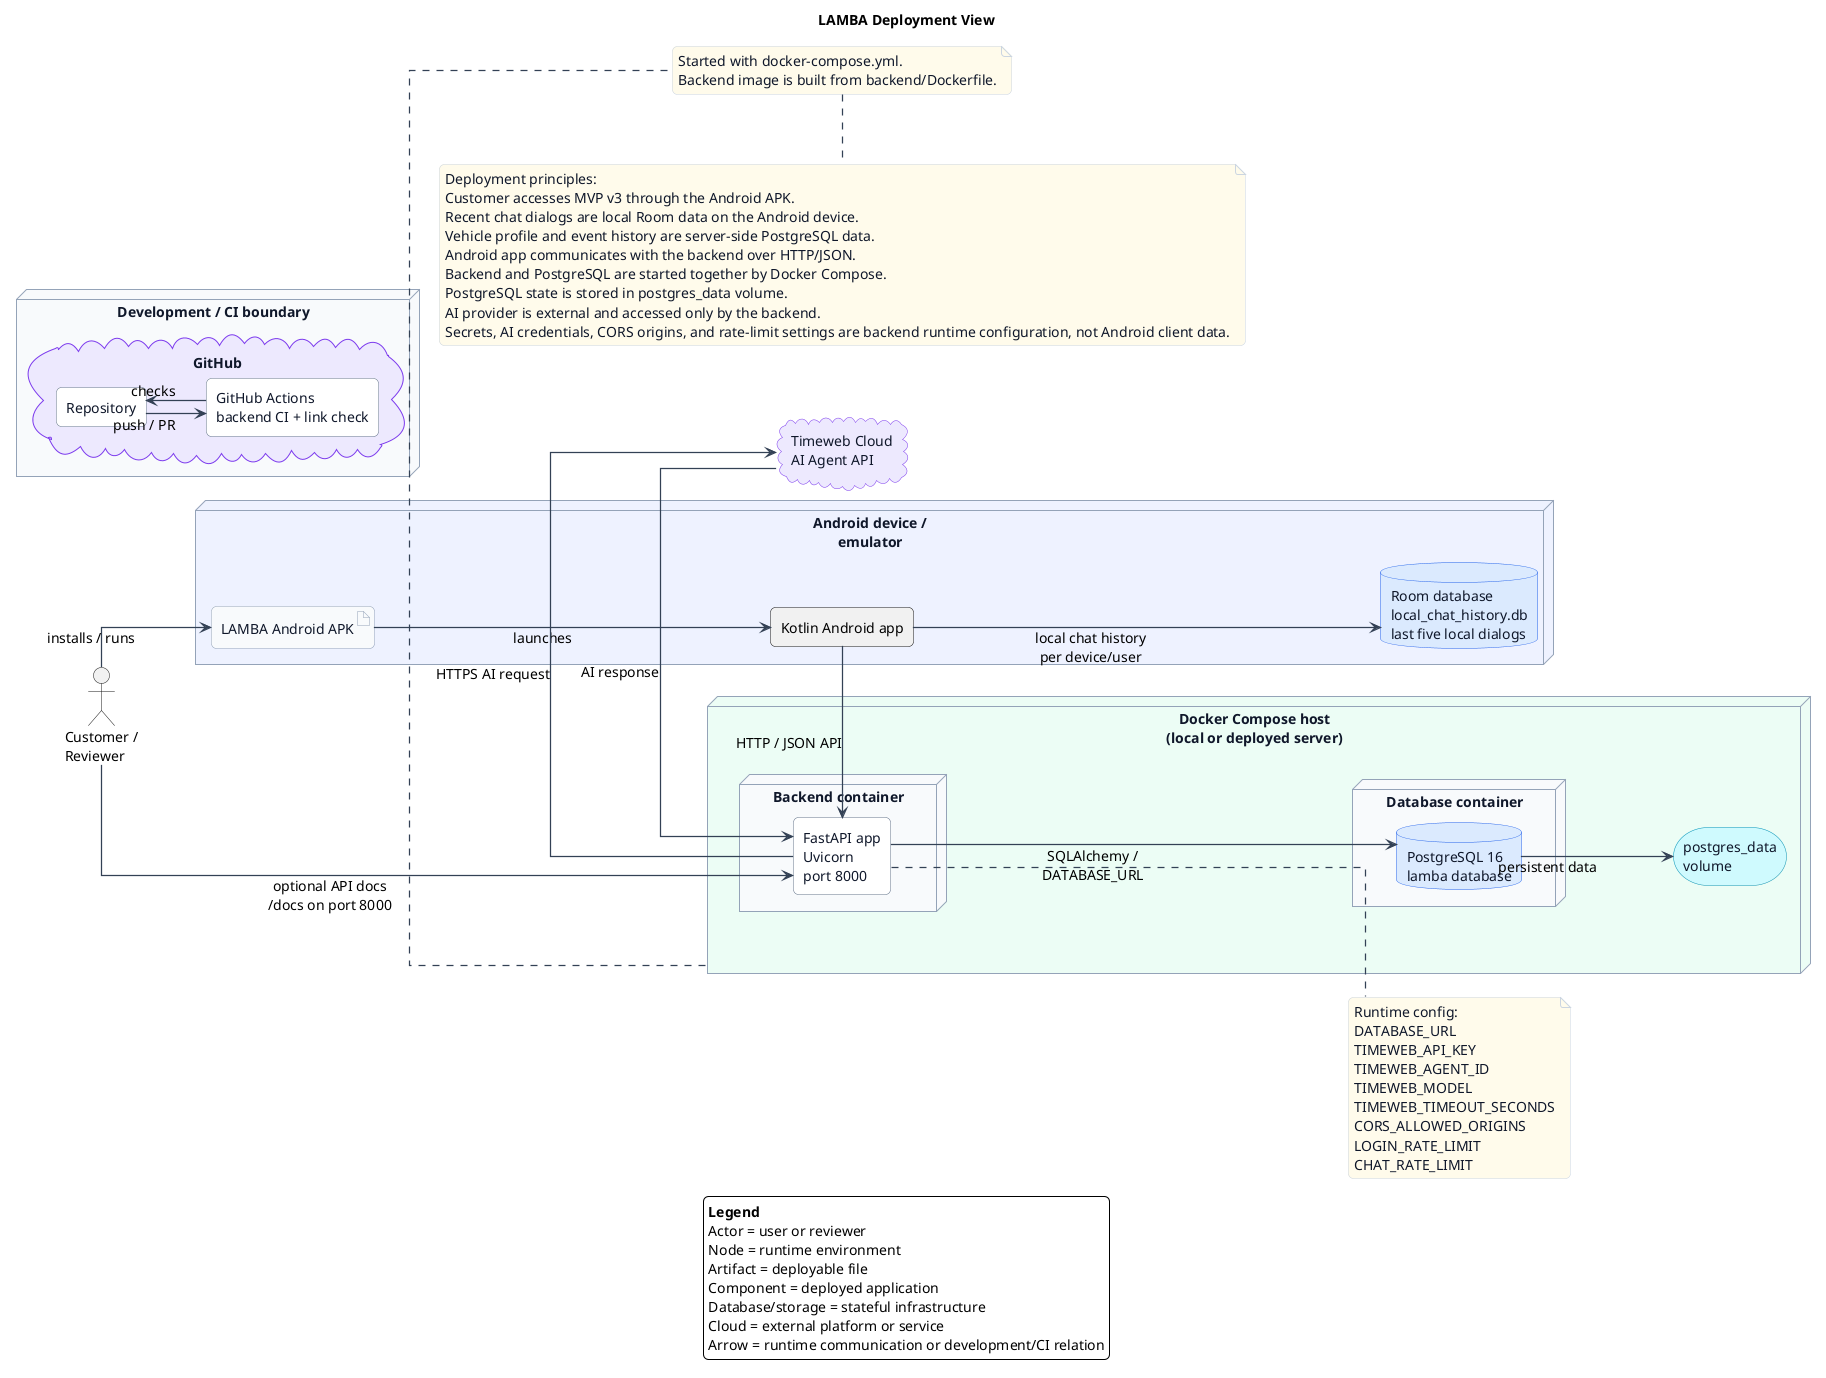
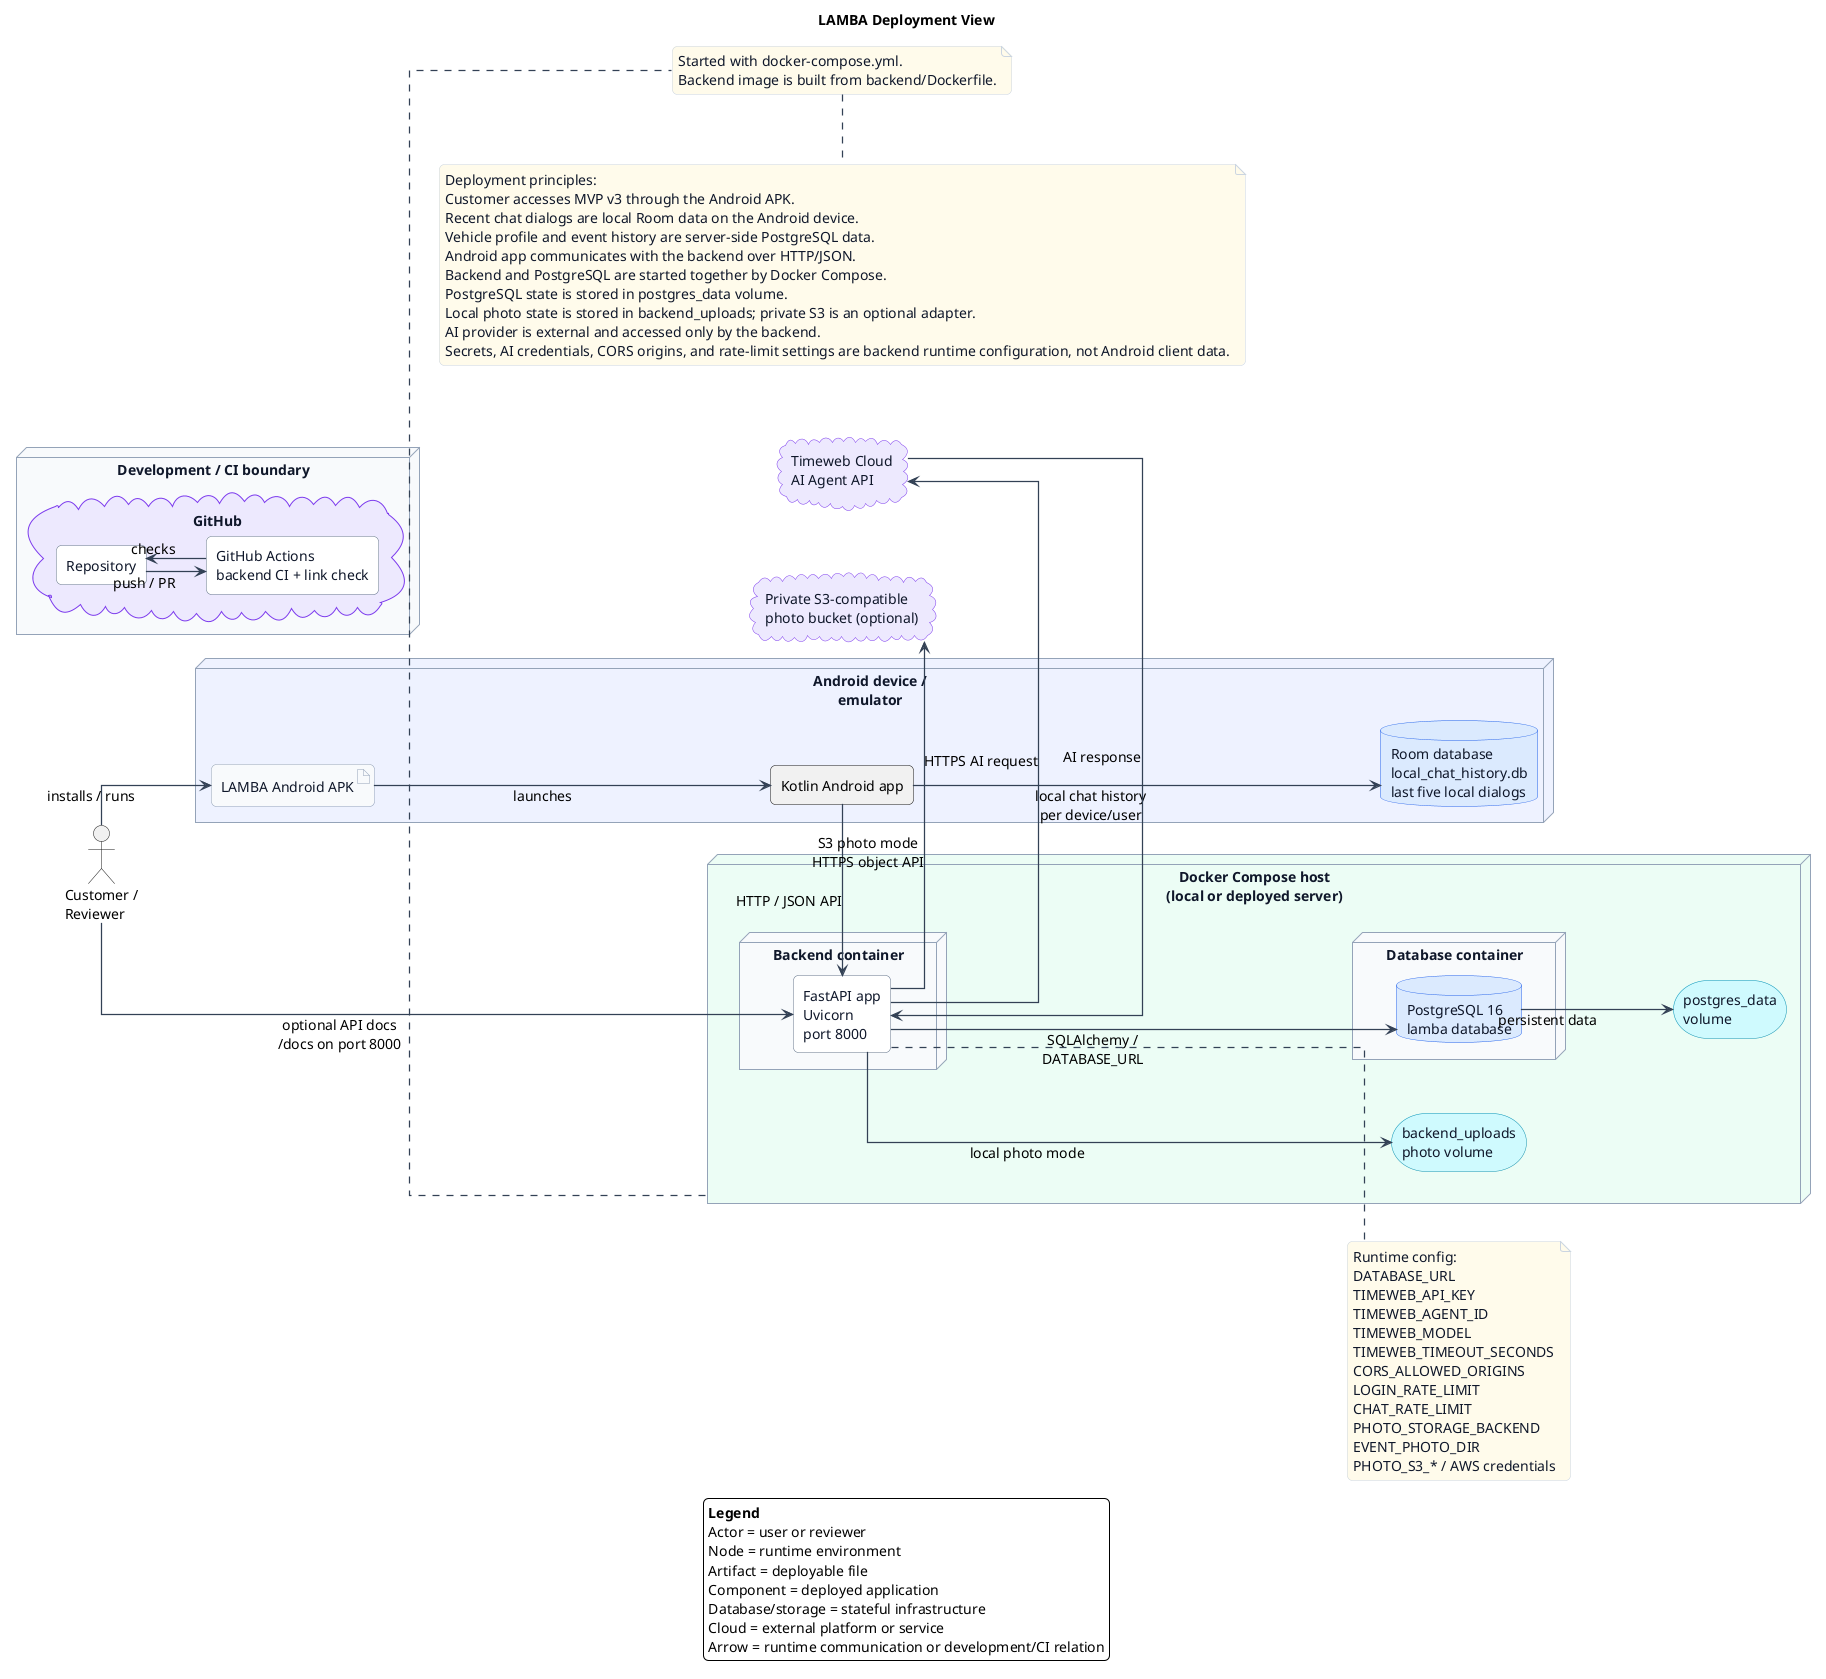
@startuml
title LAMBA Deployment View

left to right direction

skinparam shadowing false
skinparam backgroundColor #FFFFFF
skinparam defaultFontName Arial
skinparam defaultFontSize 14
skinparam componentStyle rectangle
skinparam linetype ortho
skinparam nodesep 70
skinparam ranksep 60
skinparam ArrowColor #334155
skinparam ArrowThickness 1.25
skinparam roundcorner 10

skinparam node {
  BorderColor #94A3B8
  BackgroundColor #F8FAFC
  FontColor #0F172A
}
skinparam database {
  BorderColor #2563EB
  BackgroundColor #DBEAFE
  FontColor #0F172A
}
skinparam cloud {
  BorderColor #7C3AED
  BackgroundColor #EDE9FE
  FontColor #0F172A
}
skinparam artifact {
  BorderColor #94A3B8
  BackgroundColor #F8FAFC
  FontColor #0F172A
}
skinparam component {
  BorderColor #64748B
  BackgroundColor #FFFFFF
  FontColor #0F172A
}
skinparam storage {
  BorderColor #0891B2
  BackgroundColor #CFFAFE
  FontColor #0F172A
}
skinparam note {
  BorderColor #CBD5E1
  BackgroundColor #FFFBEB
  FontColor #0F172A
}

actor "Customer /\nReviewer" as Reviewer

node "Android device /\nemulator" as AndroidNode #EEF2FF {
  artifact "LAMBA Android APK" as APK
  rectangle "Kotlin Android app" as AndroidApp
  database "Room database\nlocal_chat_history.db\nlast five local dialogs" as RoomDb
}

node "Docker Compose host\n(local or deployed server)" as Host #ECFDF5 {
  node "Backend container" as BackendContainer {
    component "FastAPI app\nUvicorn\nport 8000" as Backend
  }

  node "Database container" as DatabaseContainer {
    database "PostgreSQL 16\nlamba database" as Db
  }

  storage "postgres_data\nvolume" as Volume
+   storage "backend_uploads\nphoto volume" as PhotoVolume
}

cloud "Timeweb Cloud\nAI Agent API" as Ai
+ cloud "Private S3-compatible\nphoto bucket (optional)" as PhotoBucket

node "Development / CI boundary" as DevCi #F8FAFC {
  cloud "GitHub" as GitHub {
    component "Repository" as Repo
    component "GitHub Actions\nbackend CI + link check" as Ci
  }
}

Reviewer -down-> APK : installs / runs
APK -down-> AndroidApp : launches
AndroidApp -down-> RoomDb : local chat history\nper device/user
AndroidApp -right-> Backend : HTTP / JSON API
Reviewer -right-> Backend : optional API docs\n/docs on port 8000

Backend -down-> Db : SQLAlchemy /\nDATABASE_URL
Db -down-> Volume : persistent data
+ Backend -down-> PhotoVolume : local photo mode
+ Backend -right-> PhotoBucket : S3 photo mode\nHTTPS object API
Backend -right-> Ai : HTTPS AI request
Ai -left-> Backend : AI response

Repo -down-> Ci : push / PR
Ci -up-> Repo : checks

note right of Backend
Runtime config:
DATABASE_URL
TIMEWEB_API_KEY
TIMEWEB_AGENT_ID
TIMEWEB_MODEL
TIMEWEB_TIMEOUT_SECONDS
CORS_ALLOWED_ORIGINS
LOGIN_RATE_LIMIT
CHAT_RATE_LIMIT
+ PHOTO_STORAGE_BACKEND
+ EVENT_PHOTO_DIR
+ PHOTO_S3_* / AWS credentials
end note

note bottom of Host
Started with docker-compose.yml.
Backend image is built from backend/Dockerfile.
end note

legend bottom
  <b>Legend</b>
  Actor = user or reviewer
  Node = runtime environment
  Artifact = deployable file
  Component = deployed application
  Database/storage = stateful infrastructure
  Cloud = external platform or service
  Arrow = runtime communication or development/CI relation
endlegend

note bottom
  Deployment principles:
  Customer accesses MVP v3 through the Android APK.
  Recent chat dialogs are local Room data on the Android device.
  Vehicle profile and event history are server-side PostgreSQL data.
  Android app communicates with the backend over HTTP/JSON.
  Backend and PostgreSQL are started together by Docker Compose.
  PostgreSQL state is stored in postgres_data volume.
+   Local photo state is stored in backend_uploads; private S3 is an optional adapter.
  AI provider is external and accessed only by the backend.
  Secrets, AI credentials, CORS origins, and rate-limit settings are backend runtime configuration, not Android client data.
end note

@enduml
